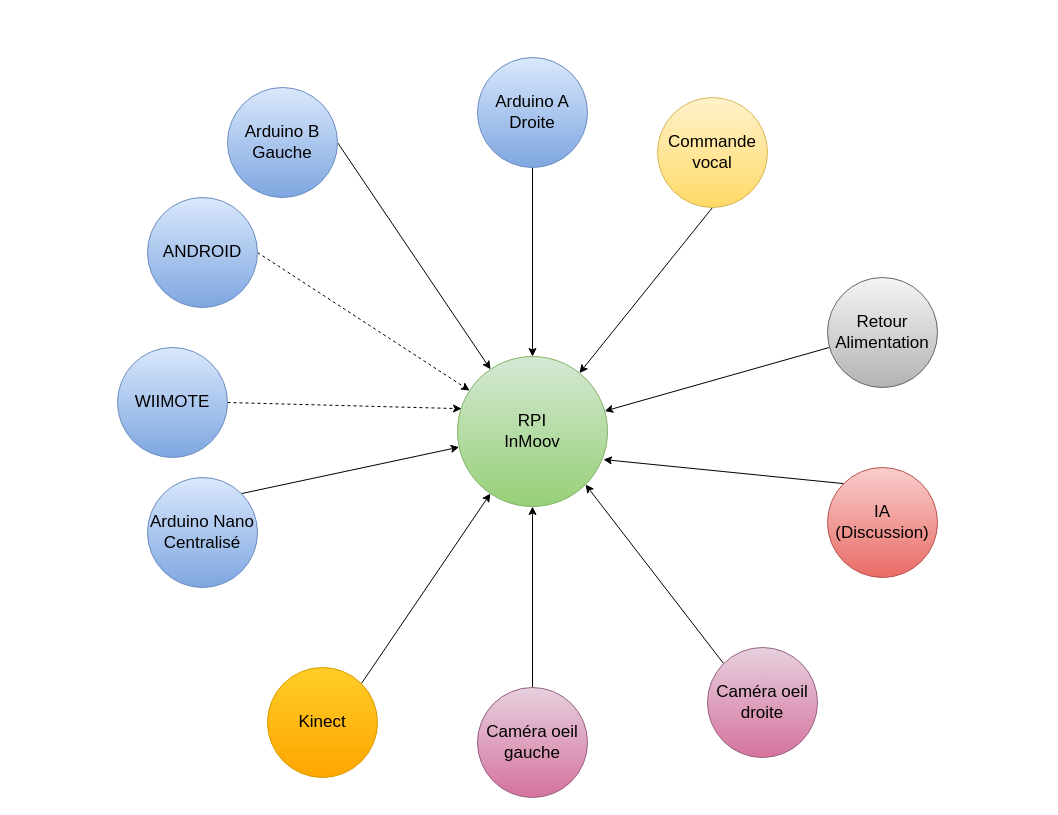
Above: page "Schéma système" (1 of 5) of 01 - Etude/Diagrammes système.drawio in QGim/OS_InMoov (draw.io), before the change. Source tidied: cells renumbered, new cells numbered last; positions are measured from the earlier drawing's top-left corner, leaving out a move shared by most shapes. Both pictures are drawn from the tidied source at 100%, with x=0, y=0 at pixel (117, 57).
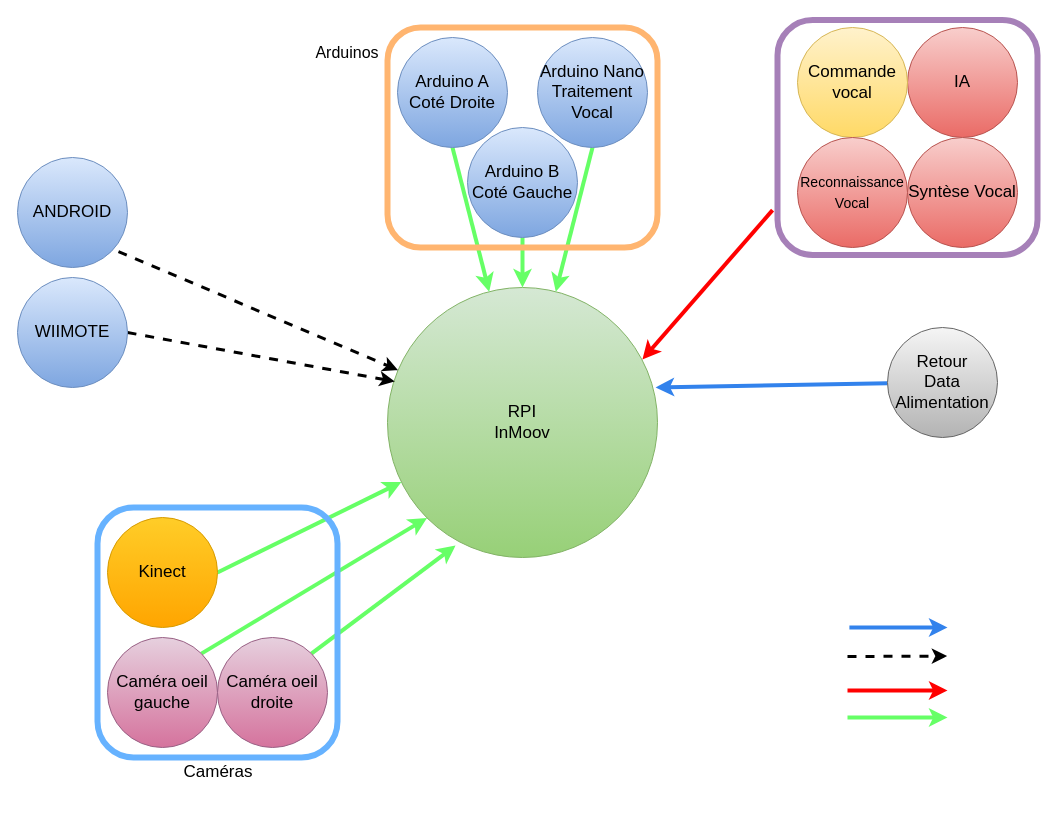
Above is the later version.

Change to the diagram source:
```diff
@@
     <mxCell id="2" value="&lt;font style=&quot;font-size: 17px&quot;&gt;RPI &lt;br&gt;InMoov&lt;/font&gt;" style="ellipse;whiteSpace=wrap;html=1;flipH=1;fillColor=#d5e8d4;strokeColor=#82b366;gradientColor=#97d077;" parent="1" vertex="1">
-      <mxGeometry x="340" y="299" width="150" height="150" as="geometry" />
+      <mxGeometry x="270" y="230" width="270" height="270" as="geometry" />
     </mxCell>
-    <mxCell id="3" style="edgeStyle=none;rounded=0;jettySize=auto;html=1;exitX=1;exitY=0;exitDx=0;exitDy=0;fontSize=17;" parent="1" edge="1" source="4" target="2">
+    <mxCell id="3" style="edgeStyle=none;rounded=0;jettySize=auto;html=1;exitX=0.5;exitY=1;exitDx=0;exitDy=0;fontSize=17;strokeColor=#66FF66;strokeWidth=4;" parent="1" edge="1" source="4" target="2">
       <mxGeometry relative="1" as="geometry" />
     </mxCell>
-    <mxCell id="4" value="Arduino Nano&lt;br&gt;Centralisé" style="ellipse;whiteSpace=wrap;html=1;fontSize=17;fillColor=#dae8fc;gradientColor=#7ea6e0;strokeColor=#6c8ebf;" parent="1" vertex="1">
-      <mxGeometry x="30" y="420" width="110" height="110" as="geometry" />
+    <mxCell id="4" value="Arduino Nano&lt;br&gt;Traitement Vocal" style="ellipse;whiteSpace=wrap;html=1;fontSize=17;fillColor=#dae8fc;gradientColor=#7ea6e0;strokeColor=#6c8ebf;" parent="1" vertex="1">
+      <mxGeometry x="420" y="-20" width="110" height="110" as="geometry" />
     </mxCell>
-    <mxCell id="5" style="edgeStyle=none;rounded=0;jettySize=auto;html=1;exitX=0.5;exitY=1;exitDx=0;exitDy=0;fontSize=17;" parent="1" edge="1" source="6" target="2">
+    <mxCell id="5" style="edgeStyle=none;rounded=0;jettySize=auto;html=1;exitX=0.5;exitY=1;exitDx=0;exitDy=0;fontSize=17;strokeColor=#66FF66;strokeWidth=4;" parent="1" edge="1" source="6" target="2">
       <mxGeometry relative="1" as="geometry" />
     </mxCell>
-    <mxCell id="6" value="Arduino A&lt;br&gt;Droite" style="ellipse;whiteSpace=wrap;html=1;fontSize=17;fillColor=#dae8fc;gradientColor=#7ea6e0;strokeColor=#6c8ebf;" parent="1" vertex="1">
-      <mxGeometry x="360" width="110" height="110" as="geometry" />
+    <mxCell id="6" value="Arduino A&lt;br&gt;Coté Droite" style="ellipse;whiteSpace=wrap;html=1;fontSize=17;fillColor=#dae8fc;gradientColor=#7ea6e0;strokeColor=#6c8ebf;" parent="1" vertex="1">
+      <mxGeometry x="280" y="-20" width="110" height="110" as="geometry" />
     </mxCell>
-    <mxCell id="7" style="edgeStyle=none;rounded=0;jettySize=auto;html=1;exitX=1;exitY=0.5;exitDx=0;exitDy=0;fontSize=17;" parent="1" edge="1" source="8" target="2">
+    <mxCell id="7" style="edgeStyle=none;rounded=0;jettySize=auto;html=1;exitX=0.5;exitY=1;exitDx=0;exitDy=0;fontSize=17;strokeColor=#66FF66;strokeWidth=4;" parent="1" edge="1" source="8" target="2">
       <mxGeometry relative="1" as="geometry" />
     </mxCell>
-    <mxCell id="8" value="Arduino B&lt;br&gt;Gauche" style="ellipse;whiteSpace=wrap;html=1;fontSize=17;fillColor=#dae8fc;gradientColor=#7ea6e0;strokeColor=#6c8ebf;" parent="1" vertex="1">
-      <mxGeometry x="110" y="30" width="110" height="110" as="geometry" />
+    <mxCell id="8" value="Arduino B&lt;br&gt;Coté Gauche" style="ellipse;whiteSpace=wrap;html=1;fontSize=17;fillColor=#dae8fc;gradientColor=#7ea6e0;strokeColor=#6c8ebf;" parent="1" vertex="1">
+      <mxGeometry x="350" y="70" width="110" height="110" as="geometry" />
     </mxCell>
-    <mxCell id="9" style="edgeStyle=none;rounded=0;jettySize=auto;html=1;exitX=1;exitY=0;exitDx=0;exitDy=0;fontSize=17;" parent="1" edge="1" source="10" target="2">
+    <mxCell id="9" style="edgeStyle=none;rounded=0;jettySize=auto;html=1;exitX=1;exitY=0.5;exitDx=0;exitDy=0;fontSize=17;strokeWidth=4;strokeColor=#66FF66;" parent="1" edge="1" source="10" target="2">
       <mxGeometry relative="1" as="geometry" />
     </mxCell>
     <mxCell id="10" value="Kinect" style="ellipse;whiteSpace=wrap;html=1;fontSize=17;fillColor=#ffcd28;gradientColor=#ffa500;strokeColor=#d79b00;" parent="1" vertex="1">
-      <mxGeometry x="150" y="610" width="110" height="110" as="geometry" />
+      <mxGeometry x="-10" y="460" width="110" height="110" as="geometry" />
     </mxCell>
-    <mxCell id="11" style="edgeStyle=none;rounded=0;jettySize=auto;html=1;exitX=0.5;exitY=0;exitDx=0;exitDy=0;entryX=0.5;entryY=1;entryDx=0;entryDy=0;fontSize=17;" parent="1" edge="1" source="12" target="2">
+    <mxCell id="11" style="edgeStyle=none;rounded=0;jettySize=auto;html=1;exitX=1;exitY=0;exitDx=0;exitDy=0;entryX=0;entryY=1;entryDx=0;entryDy=0;fontSize=17;strokeColor=#66FF66;strokeWidth=4;" parent="1" edge="1" source="12" target="2">
       <mxGeometry relative="1" as="geometry" />
     </mxCell>
     <mxCell id="12" value="Caméra oeil&lt;br&gt;gauche" style="ellipse;whiteSpace=wrap;html=1;fontSize=17;fillColor=#e6d0de;gradientColor=#d5739d;strokeColor=#996185;" parent="1" vertex="1">
-      <mxGeometry x="360" y="630" width="110" height="110" as="geometry" />
+      <mxGeometry x="-10" y="580" width="110" height="110" as="geometry" />
     </mxCell>
-    <mxCell id="13" style="edgeStyle=none;rounded=0;jettySize=auto;html=1;exitX=0;exitY=0;exitDx=0;exitDy=0;entryX=1;entryY=1;entryDx=0;entryDy=0;fontSize=17;" parent="1" edge="1" source="14" target="2">
+    <mxCell id="13" style="edgeStyle=none;rounded=0;jettySize=auto;html=1;exitX=1;exitY=0;exitDx=0;exitDy=0;fontSize=17;strokeWidth=4;entryX=0.748;entryY=0.956;entryDx=0;entryDy=0;entryPerimeter=0;strokeColor=#66FF66;" parent="1" edge="1" source="14" target="2">
       <mxGeometry relative="1" as="geometry" />
     </mxCell>
     <mxCell id="14" value="Caméra oeil&lt;br&gt;droite" style="ellipse;whiteSpace=wrap;html=1;fontSize=17;fillColor=#e6d0de;gradientColor=#d5739d;strokeColor=#996185;" parent="1" vertex="1">
-      <mxGeometry x="590" y="590" width="110" height="110" as="geometry" />
+      <mxGeometry x="100" y="580" width="110" height="110" as="geometry" />
     </mxCell>
-    <mxCell id="15" style="rounded=0;jettySize=auto;html=1;exitX=0;exitY=0;exitDx=0;exitDy=0;entryX=0.027;entryY=0.687;entryDx=0;entryDy=0;fontSize=17;entryPerimeter=0;" parent="1" edge="1" source="16" target="2">
-      <mxGeometry relative="1" as="geometry" />
-    </mxCell>
-    <mxCell id="16" value="IA&lt;br&gt;(Discussion)" style="ellipse;whiteSpace=wrap;html=1;fontSize=17;fillColor=#f8cecc;gradientColor=#ea6b66;strokeColor=#b85450;" parent="1" vertex="1">
-      <mxGeometry x="710" y="410" width="110" height="110" as="geometry" />
+    <mxCell id="16" value="IA" style="ellipse;whiteSpace=wrap;html=1;fontSize=17;fillColor=#f8cecc;gradientColor=#ea6b66;strokeColor=#b85450;" parent="1" vertex="1">
+      <mxGeometry x="790" y="-30" width="110" height="110" as="geometry" />
     </mxCell>
-    <mxCell id="17" style="edgeStyle=none;rounded=0;jettySize=auto;html=1;fontSize=17;" parent="1" edge="1" source="18" target="2">
+    <mxCell id="17" style="edgeStyle=none;rounded=0;jettySize=auto;html=1;fontSize=17;entryX=0.007;entryY=0.37;entryDx=0;entryDy=0;entryPerimeter=0;strokeWidth=4;fillColor=#dae8fc;strokeColor=#3282EC;gradientColor=#7ea6e0;" parent="1" edge="1" source="18" target="2">
       <mxGeometry relative="1" as="geometry" />
     </mxCell>
-    <mxCell id="18" value="Retour&lt;br&gt;Alimentation" style="ellipse;whiteSpace=wrap;html=1;fontSize=17;fillColor=#f5f5f5;gradientColor=#b3b3b3;strokeColor=#666666;" parent="1" vertex="1">
-      <mxGeometry x="710" y="220" width="110" height="110" as="geometry" />
+    <mxCell id="18" value="Retour&lt;br&gt;Data&lt;br&gt;Alimentation" style="ellipse;whiteSpace=wrap;html=1;fontSize=17;fillColor=#f5f5f5;gradientColor=#b3b3b3;strokeColor=#666666;" parent="1" vertex="1">
+      <mxGeometry x="770" y="270" width="110" height="110" as="geometry" />
     </mxCell>
-    <mxCell id="19" style="edgeStyle=none;rounded=0;jettySize=auto;html=1;exitX=0.5;exitY=1;exitDx=0;exitDy=0;fontSize=17;" parent="1" edge="1" source="20" target="2">
-      <mxGeometry relative="1" as="geometry" />
-    </mxCell>
     <mxCell id="20" value="Commande&lt;br&gt;vocal" style="ellipse;whiteSpace=wrap;html=1;fontSize=17;fillColor=#fff2cc;gradientColor=#ffd966;strokeColor=#d6b656;" parent="1" vertex="1">
-      <mxGeometry x="540" y="40" width="110" height="110" as="geometry" />
+      <mxGeometry x="680" y="-30" width="110" height="110" as="geometry" />
     </mxCell>
-    <mxCell id="21" style="edgeStyle=none;rounded=0;jettySize=auto;html=1;exitX=1;exitY=0.5;exitDx=0;exitDy=0;fontSize=17;strokeColor=#000000;strokeWidth=1;dashed=1;" parent="1" edge="1" source="22" target="2">
+    <mxCell id="21" style="edgeStyle=none;rounded=0;jettySize=auto;html=1;exitX=0.918;exitY=0.855;exitDx=0;exitDy=0;fontSize=17;strokeColor=#000000;strokeWidth=3;dashed=1;exitPerimeter=0;" parent="1" edge="1" source="22" target="2">
       <mxGeometry relative="1" as="geometry" />
     </mxCell>
     <mxCell id="22" value="ANDROID" style="ellipse;whiteSpace=wrap;html=1;fontSize=17;fillColor=#dae8fc;gradientColor=#7ea6e0;strokeColor=#6c8ebf;" parent="1" vertex="1">
-      <mxGeometry x="30" y="140" width="110" height="110" as="geometry" />
+      <mxGeometry x="-100" y="100" width="110" height="110" as="geometry" />
     </mxCell>
-    <mxCell id="23" style="rounded=0;jettySize=auto;html=1;exitX=1;exitY=0.5;exitDx=0;exitDy=0;entryX=0.973;entryY=0.348;entryDx=0;entryDy=0;entryPerimeter=0;strokeColor=default;dashed=1;" parent="1" edge="1" source="24" target="2">
+    <mxCell id="23" style="rounded=0;jettySize=auto;html=1;exitX=1;exitY=0.5;exitDx=0;exitDy=0;entryX=0.973;entryY=0.348;entryDx=0;entryDy=0;entryPerimeter=0;strokeColor=default;dashed=1;strokeWidth=3;" parent="1" edge="1" source="24" target="2">
       <mxGeometry relative="1" as="geometry" />
     </mxCell>
     <mxCell id="24" value="WIIMOTE" style="ellipse;whiteSpace=wrap;html=1;fontSize=17;fillColor=#dae8fc;gradientColor=#7ea6e0;strokeColor=#6c8ebf;" parent="1" vertex="1">
-      <mxGeometry y="290" width="110" height="110" as="geometry" />
+      <mxGeometry x="-100" y="220" width="110" height="110" as="geometry" />
     </mxCell>
+    <mxCell id="25" value="&lt;font style=&quot;font-size: 17px&quot;&gt;Caméras&lt;/font&gt;" style="text;html=1;strokeColor=none;fillColor=none;align=center;verticalAlign=middle;whiteSpace=wrap;rounded=0;fontSize=15;" parent="1" vertex="1">
+      <mxGeometry x="71" y="700" width="60" height="30" as="geometry" />
+    </mxCell>
+    <mxCell id="26" style="edgeStyle=none;rounded=0;orthogonalLoop=1;jettySize=auto;html=1;fontSize=17;strokeWidth=4;strokeColor=#66FF66;" parent="1" edge="1">
+      <mxGeometry relative="1" as="geometry">
+        <mxPoint x="730" y="660" as="sourcePoint" />
+        <mxPoint x="830" y="660" as="targetPoint" />
+      </mxGeometry>
+    </mxCell>
+    <mxCell id="27" style="rounded=1;whiteSpace=wrap;html=1;fontSize=17;strokeWidth=6;fillColor=none;strokeColor=#FFB570;" parent="1" vertex="1">
+      <mxGeometry x="270" y="-30" width="270" height="220" as="geometry" />
+    </mxCell>
+    <mxCell id="28" style="rounded=1;whiteSpace=wrap;html=1;fontSize=17;strokeWidth=6;fillColor=none;strokeColor=#66B2FF;" parent="1" vertex="1">
+      <mxGeometry x="-20" y="450" width="240" height="250" as="geometry" />
+    </mxCell>
+    <mxCell id="29" value="Arduinos" style="text;html=1;strokeColor=none;fillColor=none;align=center;verticalAlign=middle;whiteSpace=wrap;rounded=0;fontSize=16;" parent="1" vertex="1">
+      <mxGeometry x="200" y="-20" width="60" height="30" as="geometry" />
+    </mxCell>
+    <mxCell id="30" style="edgeStyle=none;rounded=0;jettySize=auto;html=1;exitX=-0.019;exitY=0.809;exitDx=0;exitDy=0;entryX=0.056;entryY=0.267;entryDx=0;entryDy=0;entryPerimeter=0;fontSize=14;strokeColor=#FF0000;strokeWidth=4;exitPerimeter=0;" parent="1" edge="1" source="31" target="2">
+      <mxGeometry relative="1" as="geometry" />
+    </mxCell>
+    <mxCell id="31" style="rounded=1;whiteSpace=wrap;html=1;fontSize=17;strokeWidth=6;fillColor=none;strokeColor=#A680B8;" parent="1" vertex="1">
+      <mxGeometry x="660" y="-37.5" width="260" height="235" as="geometry" />
+    </mxCell>
+    <mxCell id="32" value="Syntèse Vocal" style="ellipse;whiteSpace=wrap;html=1;fontSize=17;fillColor=#f8cecc;gradientColor=#ea6b66;strokeColor=#b85450;" parent="1" vertex="1">
+      <mxGeometry x="790" y="80" width="110" height="110" as="geometry" />
+    </mxCell>
+    <mxCell id="33" value="&lt;font style=&quot;font-size: 14px&quot;&gt;Reconnaissance&lt;br&gt;Vocal&lt;/font&gt;" style="ellipse;whiteSpace=wrap;html=1;fontSize=17;fillColor=#f8cecc;gradientColor=#ea6b66;strokeColor=#b85450;" parent="1" vertex="1">
+      <mxGeometry x="680" y="80" width="110" height="110" as="geometry" />
+    </mxCell>
+    <mxCell id="34" style="edgeStyle=none;rounded=0;orthogonalLoop=1;jettySize=auto;html=1;fontSize=14;strokeColor=#FF0000;strokeWidth=4;" parent="1" edge="1">
+      <mxGeometry relative="1" as="geometry">
+        <mxPoint x="730" y="633" as="sourcePoint" />
+        <mxPoint x="830" y="633" as="targetPoint" />
+      </mxGeometry>
+    </mxCell>
+    <mxCell id="35" style="edgeStyle=none;rounded=0;orthogonalLoop=1;jettySize=auto;html=1;fontSize=17;strokeColor=#000000;strokeWidth=3;dashed=1;" parent="1" edge="1">
+      <mxGeometry relative="1" as="geometry">
+        <mxPoint x="730" y="599" as="sourcePoint" />
+        <mxPoint x="829.6" y="598.6" as="targetPoint" />
+      </mxGeometry>
+    </mxCell>
+    <mxCell id="36" style="edgeStyle=none;rounded=0;orthogonalLoop=1;jettySize=auto;html=1;fontSize=17;strokeWidth=4;fillColor=#dae8fc;strokeColor=#3282EC;gradientColor=#7ea6e0;" parent="1" edge="1">
+      <mxGeometry relative="1" as="geometry">
+        <mxPoint x="731.9" y="570" as="sourcePoint" />
+        <mxPoint x="830" y="570" as="targetPoint" />
+      </mxGeometry>
+    </mxCell>
```
